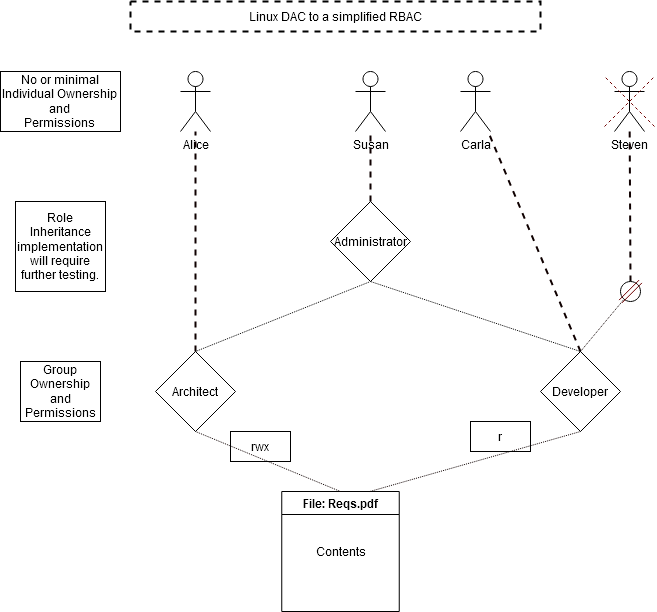
Nobel-CS/RBAC_test keeps this draw.io diagram as Linux Filesystem test RBAC.png. Above is the earlier version. Source tidied: cells renumbered, new cells last; positions are measured from the earlier drawing's top-left corner, leaving out a move shared by most shapes.
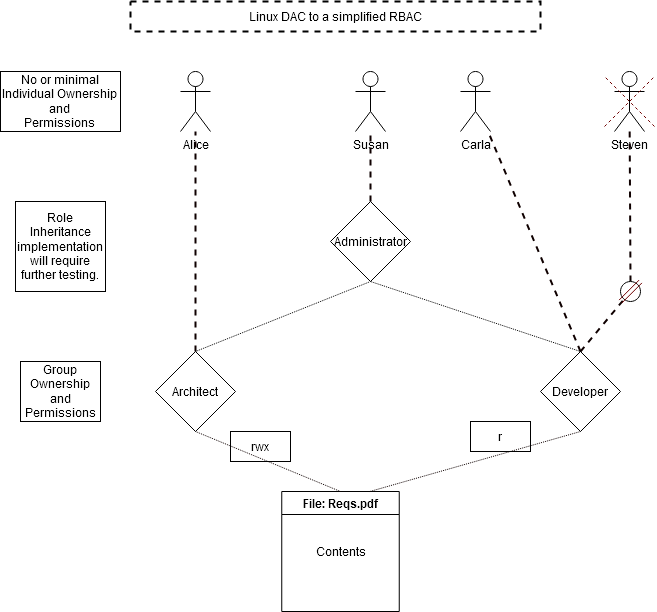
After the change.

The edit, as a diff of the source:
```diff
@@ -62,7 +62,7 @@
     <mxCell id="19" style="ellipse;whiteSpace=wrap;html=1;" parent="1" vertex="1">
       <mxGeometry x="620" y="280" width="20" height="20" as="geometry" />
     </mxCell>
-    <mxCell id="20" style="edgeStyle=none;rounded=0;jettySize=auto;html=1;exitX=0.5;exitY=0;exitDx=0;exitDy=0;dashed=1;dashPattern=1 1;strokeColor=#0F0000;strokeWidth=1;endArrow=none;endFill=0;" parent="1" edge="1" source="17" target="19">
+    <mxCell id="20" style="edgeStyle=none;rounded=0;jettySize=auto;html=1;exitX=0.5;exitY=0;exitDx=0;exitDy=0;dashed=1;strokeColor=#0F0000;strokeWidth=2;endArrow=none;endFill=0;" parent="1" edge="1" source="17" target="19">
       <mxGeometry relative="1" as="geometry" />
     </mxCell>
     <mxCell id="21" style="shape=link;endArrow=none;html=1;rounded=1;strokeColor=#6F0000;strokeWidth=1;endFill=0;fillColor=#a20025;sketch=0;" parent="1" edge="1">
```
